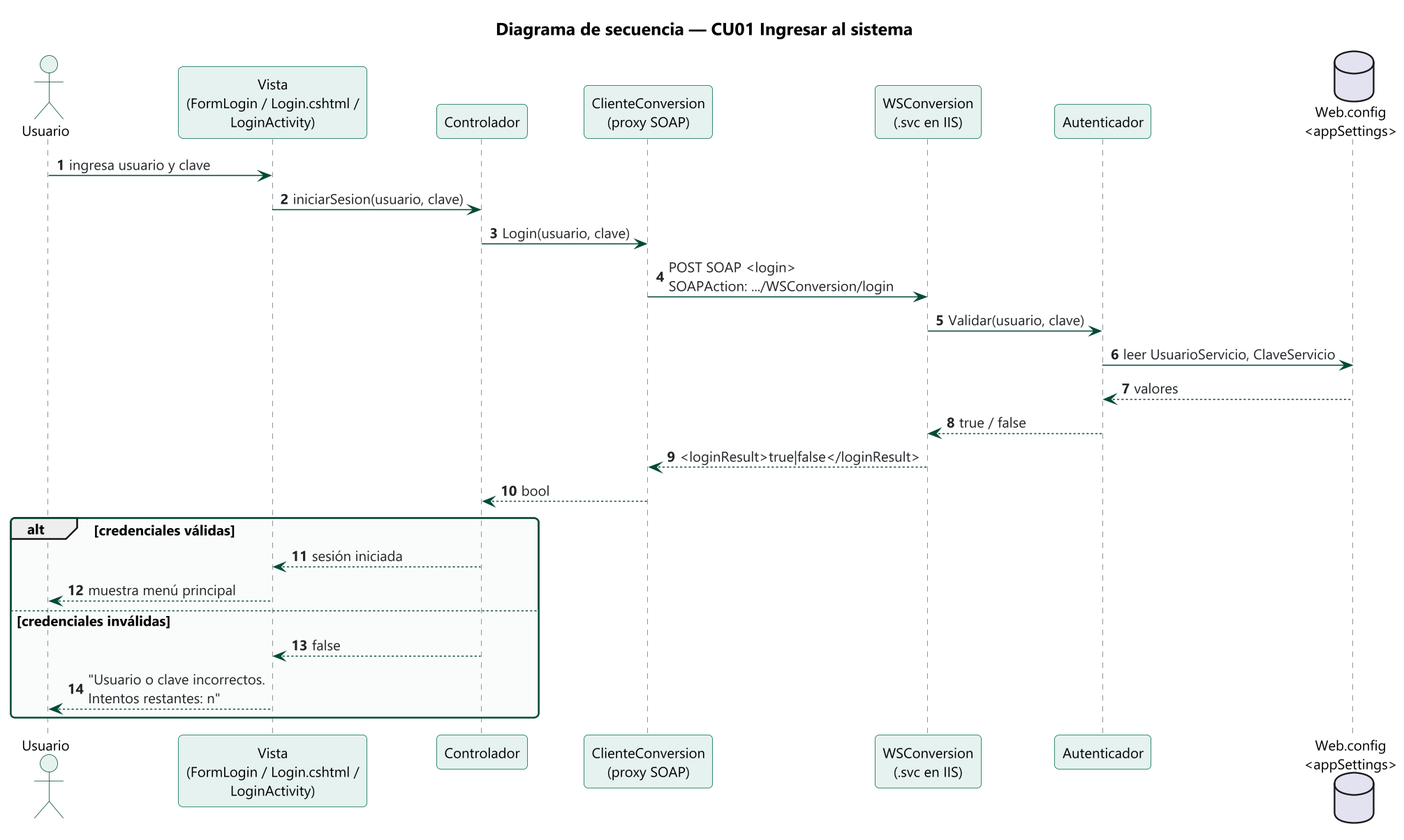
Above: 01. UML/03. DIAGRAMAS/03_SECUENCIA/DS_Ingresar_Sistema.png in jsmasapanta/TI.1.2-PAO202651_SOAP_DOTNET_SINBDD_NRC36884_GR01 (PlantUML), before the change. The source it was exported from:
```plantuml
@startuml DS_Ingresar_Sistema
skinparamlocked dpi 150
!include ../_estilo.iuml
title Diagrama de secuencia — CU01 Ingresar al sistema
autonumber

actor Usuario
participant "Vista\n(FormLogin / Login.cshtml /\nLoginActivity)" as Vista
participant "Controlador" as Ctrl
participant "ClienteConversion\n(proxy SOAP)" as Proxy
participant "WSConversion\n(.svc en IIS)" as WS
participant "Autenticador" as Auth
database "Web.config\n<appSettings>" as Config

Usuario -> Vista : ingresa usuario y clave
Vista -> Ctrl : iniciarSesion(usuario, clave)
Ctrl -> Proxy : Login(usuario, clave)
Proxy -> WS : POST SOAP <login>\nSOAPAction: .../WSConversion/login
WS -> Auth : Validar(usuario, clave)
Auth -> Config : leer UsuarioServicio, ClaveServicio
Config --> Auth : valores
Auth --> WS : true / false
WS --> Proxy : <loginResult>true|false</loginResult>
Proxy --> Ctrl : bool
alt credenciales válidas
  Ctrl --> Vista : sesión iniciada
  Vista --> Usuario : muestra menú principal
else credenciales inválidas
  Ctrl --> Vista : false
  Vista --> Usuario : "Usuario o clave incorrectos.\nIntentos restantes: n"
end
@enduml
```
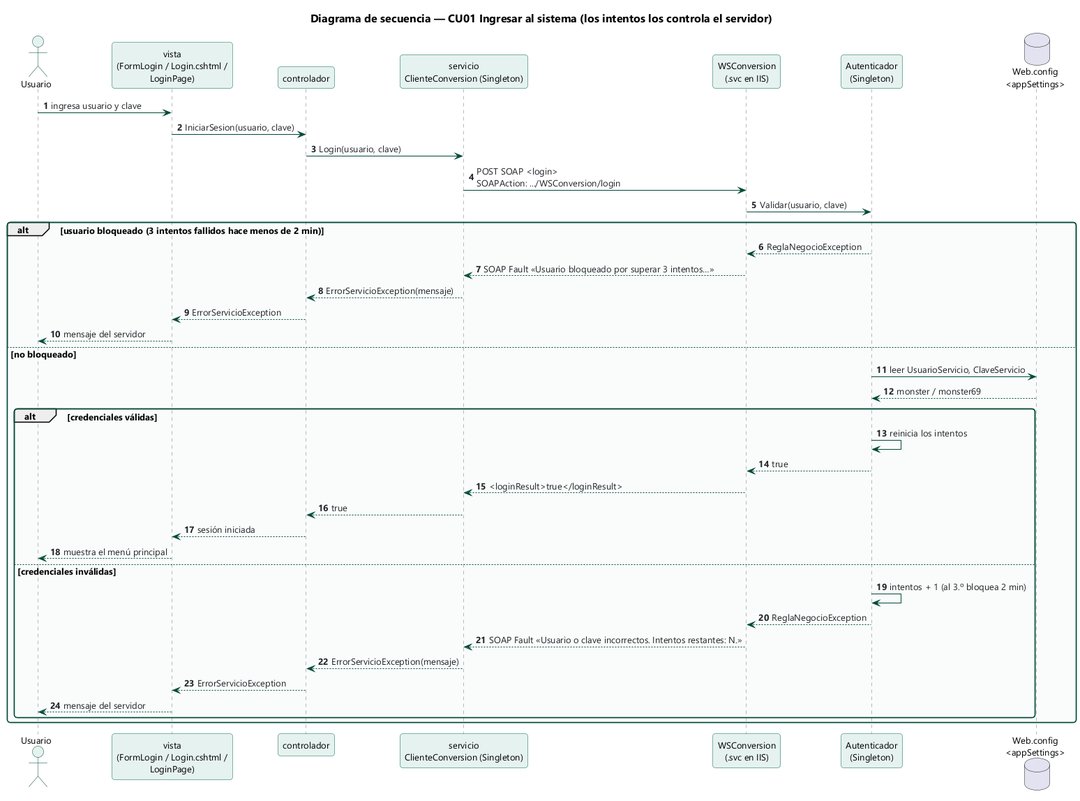
The same diagram one commit later.

Diff of the diagram source:
```diff
@@ -1,32 +1,44 @@
 @startuml DS_Ingresar_Sistema
-skinparamlocked dpi 150
 !include ../_estilo.iuml
-title Diagrama de secuencia — CU01 Ingresar al sistema
+title Diagrama de secuencia — CU01 Ingresar al sistema (los intentos los controla el servidor)
 autonumber
 
 actor Usuario
-participant "Vista\n(FormLogin / Login.cshtml /\nLoginActivity)" as Vista
-participant "Controlador" as Ctrl
-participant "ClienteConversion\n(proxy SOAP)" as Proxy
+participant "vista\n(FormLogin / Login.cshtml /\nLoginPage)" as Vista
+participant "controlador" as Ctrl
+participant "servicio\nClienteConversion (Singleton)" as Proxy
 participant "WSConversion\n(.svc en IIS)" as WS
-participant "Autenticador" as Auth
+participant "Autenticador\n(Singleton)" as Auth
 database "Web.config\n<appSettings>" as Config
 
 Usuario -> Vista : ingresa usuario y clave
-Vista -> Ctrl : iniciarSesion(usuario, clave)
+Vista -> Ctrl : IniciarSesion(usuario, clave)
 Ctrl -> Proxy : Login(usuario, clave)
 Proxy -> WS : POST SOAP <login>\nSOAPAction: .../WSConversion/login
 WS -> Auth : Validar(usuario, clave)
-Auth -> Config : leer UsuarioServicio, ClaveServicio
-Config --> Auth : valores
-Auth --> WS : true / false
-WS --> Proxy : <loginResult>true|false</loginResult>
-Proxy --> Ctrl : bool
-alt credenciales válidas
-  Ctrl --> Vista : sesión iniciada
-  Vista --> Usuario : muestra menú principal
-else credenciales inválidas
-  Ctrl --> Vista : false
-  Vista --> Usuario : "Usuario o clave incorrectos.\nIntentos restantes: n"
+alt usuario bloqueado (3 intentos fallidos hace menos de 2 min)
+  Auth --> WS : ReglaNegocioException
+  WS --> Proxy : SOAP Fault «Usuario bloqueado por superar 3 intentos…»
+  Proxy --> Ctrl : ErrorServicioException(mensaje)
+  Ctrl --> Vista : ErrorServicioException
+  Vista --> Usuario : mensaje del servidor
+else no bloqueado
+  Auth -> Config : leer UsuarioServicio, ClaveServicio
+  Config --> Auth : monster / monster69
+  alt credenciales válidas
+    Auth -> Auth : reinicia los intentos
+    Auth --> WS : true
+    WS --> Proxy : <loginResult>true</loginResult>
+    Proxy --> Ctrl : true
+    Ctrl --> Vista : sesión iniciada
+    Vista --> Usuario : muestra el menú principal
+  else credenciales inválidas
+    Auth -> Auth : intentos + 1 (al 3.º bloquea 2 min)
+    Auth --> WS : ReglaNegocioException
+    WS --> Proxy : SOAP Fault «Usuario o clave incorrectos. Intentos restantes: N.»
+    Proxy --> Ctrl : ErrorServicioException(mensaje)
+    Ctrl --> Vista : ErrorServicioException
+    Vista --> Usuario : mensaje del servidor
+  end
 end
 @enduml
```
